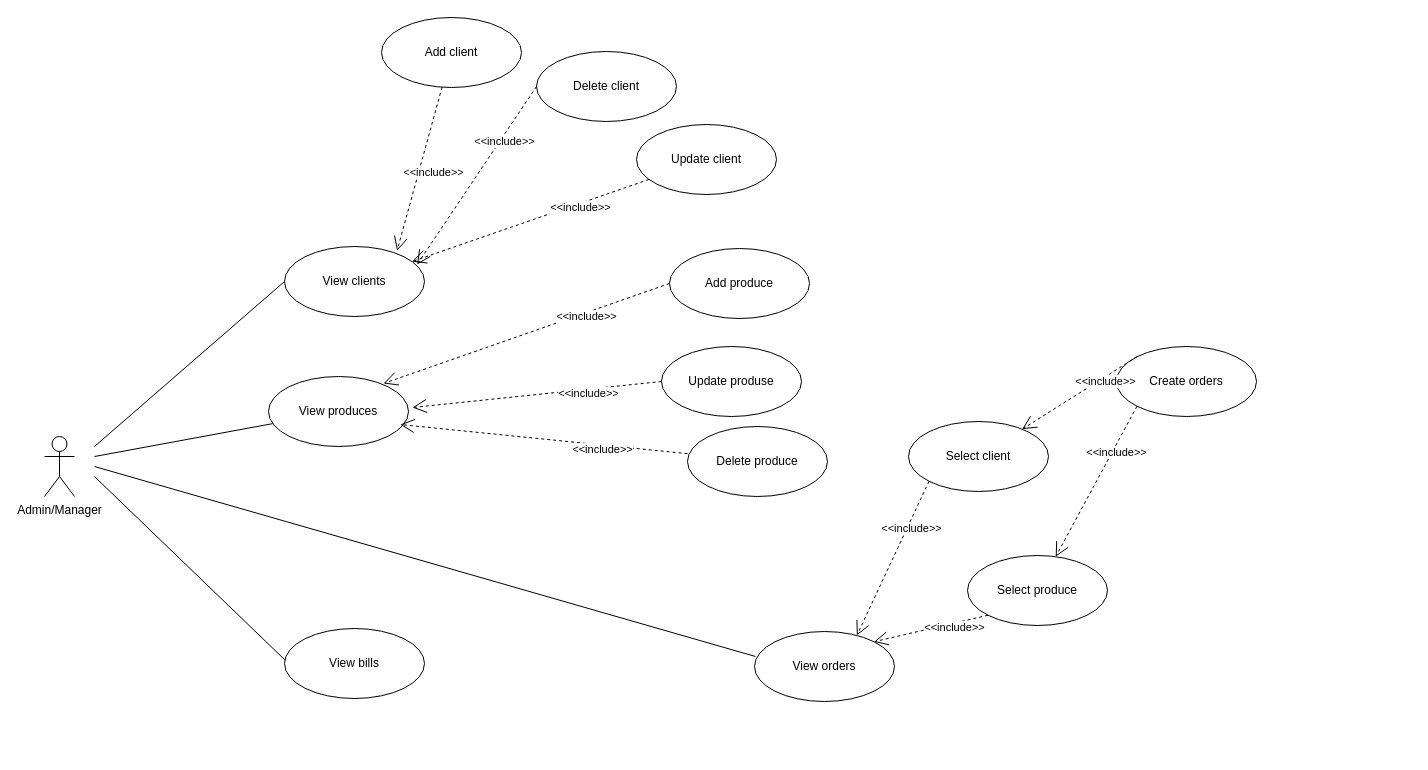
Above: PT2025_302210_Purcel_Laura_Assignment_3/UseCaseDiagram.drawio in LauraPurcel/Queue-Management (draw.io), before the change. Source tidied: cells renumbered, new cells numbered last; positions are measured from the earlier drawing's top-left corner, leaving out a move shared by most shapes. Both pictures are drawn from the tidied source at 100%, with x=0, y=0 at pixel (44, 17).
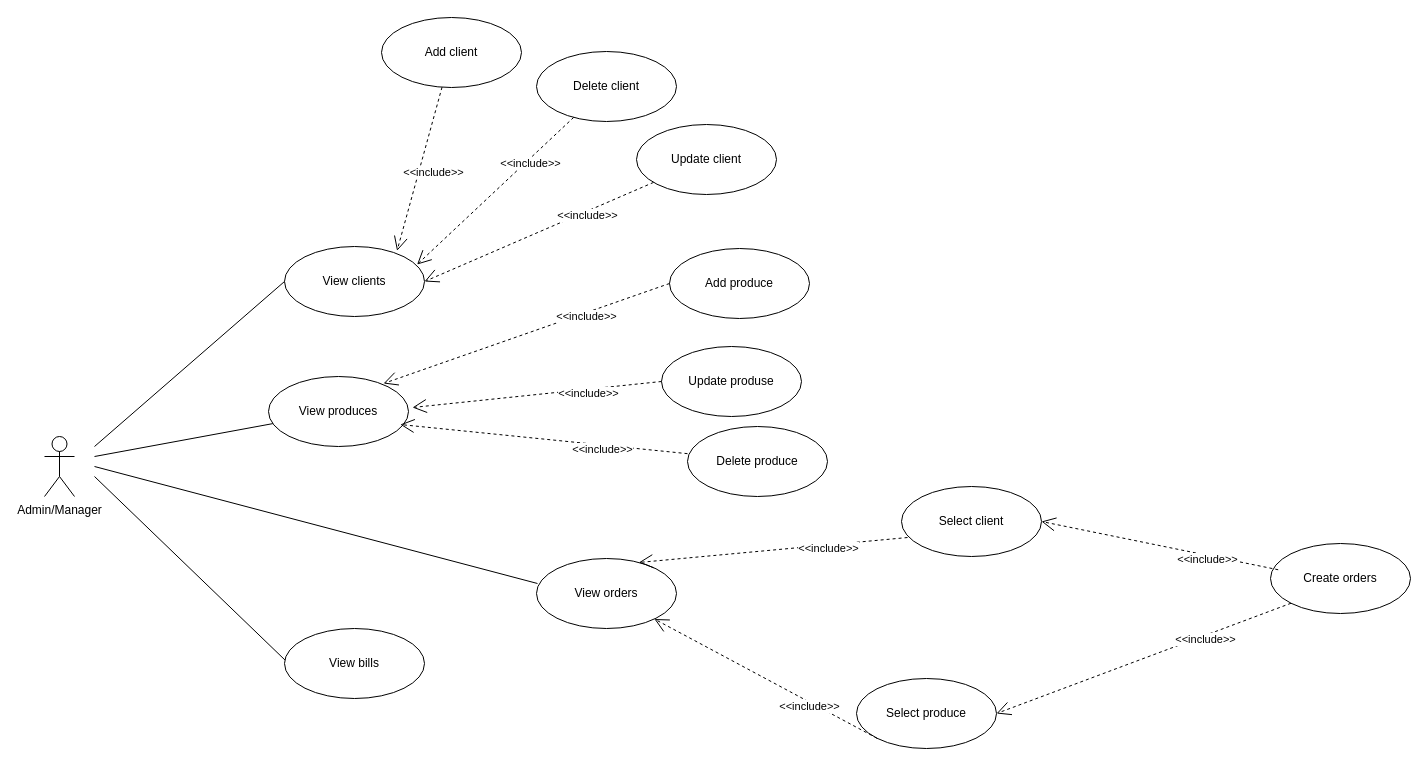
Above is the later version.

Unchanged cells that the change refers to:
```xml
<mxCell id="4" value="View clients" style="ellipse;whiteSpace=wrap;html=1;" parent="1" vertex="1">
  <mxGeometry x="240" y="229" width="140" height="70" as="geometry" />
</mxCell>
<mxCell id="7" value="Delete client" style="ellipse;whiteSpace=wrap;html=1;" parent="1" vertex="1">
  <mxGeometry x="492" y="34" width="140" height="70" as="geometry" />
</mxCell>
<mxCell id="16" value="Update client" style="ellipse;whiteSpace=wrap;html=1;" parent="1" vertex="1">
  <mxGeometry x="592" y="107" width="140" height="70" as="geometry" />
</mxCell>
```

Change to the diagram source:
```diff
@@
     <mxCell id="3" value="View orders" style="ellipse;whiteSpace=wrap;html=1;" parent="1" vertex="1">
-      <mxGeometry x="710" y="614" width="140" height="70" as="geometry" />
+      <mxGeometry x="492" y="541" width="140" height="70" as="geometry" />
     </mxCell>
@@
     <mxCell id="8" value="Select client" style="ellipse;whiteSpace=wrap;html=1;" parent="1" vertex="1">
-      <mxGeometry x="864" y="404" width="140" height="70" as="geometry" />
+      <mxGeometry x="857" y="469" width="140" height="70" as="geometry" />
     </mxCell>
@@
-    <mxCell id="14" value="&amp;lt;&amp;lt;include&amp;gt;&amp;gt;" style="endArrow=open;endSize=12;dashed=1;html=1;rounded=0;entryX=0.947;entryY=0.258;entryDx=0;entryDy=0;exitX=0;exitY=0.5;exitDx=0;exitDy=0;entryPerimeter=0;" parent="1" edge="1" source="7" target="4">
+    <mxCell id="14" value="&amp;lt;&amp;lt;include&amp;gt;&amp;gt;" style="endArrow=open;endSize=12;dashed=1;html=1;rounded=0;entryX=0.947;entryY=0.258;entryDx=0;entryDy=0;entryPerimeter=0;" parent="1" edge="1" source="7" target="4">
       <mxGeometry x="-0.41" y="4" relative="1" as="geometry" />
     </mxCell>
@@
-    <mxCell id="17" value="&amp;lt;&amp;lt;include&amp;gt;&amp;gt;" style="endArrow=open;endSize=12;dashed=1;html=1;rounded=0;" parent="1" edge="1" source="16" target="4">
+    <mxCell id="17" value="&amp;lt;&amp;lt;include&amp;gt;&amp;gt;" style="endArrow=open;endSize=12;dashed=1;html=1;rounded=0;entryX=1;entryY=0.5;entryDx=0;entryDy=0;" parent="1" edge="1" source="16" target="4">
       <mxGeometry x="-0.41" y="4" relative="1" as="geometry" />
     </mxCell>
@@
     <mxCell id="23" value="Select produce" style="ellipse;whiteSpace=wrap;html=1;" parent="1" vertex="1">
-      <mxGeometry x="923" y="538" width="140" height="70" as="geometry" />
+      <mxGeometry x="812" y="661" width="140" height="70" as="geometry" />
     </mxCell>
-    <mxCell id="24" value="&amp;lt;&amp;lt;include&amp;gt;&amp;gt;" style="endArrow=open;endSize=12;dashed=1;html=1;rounded=0;entryX=1;entryY=0;entryDx=0;entryDy=0;exitX=0;exitY=1;exitDx=0;exitDy=0;" parent="1" edge="1" source="23" target="3">
+    <mxCell id="24" value="&amp;lt;&amp;lt;include&amp;gt;&amp;gt;" style="endArrow=open;endSize=12;dashed=1;html=1;rounded=0;exitX=0;exitY=1;exitDx=0;exitDy=0;" parent="1" edge="1" source="23" target="3">
       <mxGeometry x="-0.41" y="4" relative="1" as="geometry" />
     </mxCell>
     <mxCell id="25" value="Create orders" style="ellipse;whiteSpace=wrap;html=1;" parent="1" vertex="1">
-      <mxGeometry x="1072" y="329" width="140" height="70" as="geometry" />
+      <mxGeometry x="1226" y="526" width="140" height="70" as="geometry" />
     </mxCell>
-    <mxCell id="26" value="&amp;lt;&amp;lt;include&amp;gt;&amp;gt;" style="endArrow=open;endSize=12;dashed=1;html=1;rounded=0;exitX=0;exitY=0;exitDx=0;exitDy=0;" parent="1" edge="1" source="25" target="8">
-      <mxGeometry x="-0.41" y="4" relative="1" as="geometry" />
-    </mxCell>
-    <mxCell id="27" value="&amp;lt;&amp;lt;include&amp;gt;&amp;gt;" style="endArrow=open;endSize=12;dashed=1;html=1;rounded=0;exitX=0;exitY=1;exitDx=0;exitDy=0;" parent="1" edge="1" source="25" target="23">
+    <mxCell id="27" value="&amp;lt;&amp;lt;include&amp;gt;&amp;gt;" style="endArrow=open;endSize=12;dashed=1;html=1;rounded=0;exitX=0;exitY=1;exitDx=0;exitDy=0;entryX=1;entryY=0.5;entryDx=0;entryDy=0;" parent="1" edge="1" source="25" target="23">
       <mxGeometry x="-0.41" y="4" relative="1" as="geometry" />
     </mxCell>
-    <mxCell id="28" value="&amp;lt;&amp;lt;include&amp;gt;&amp;gt;" style="endArrow=open;endSize=12;dashed=1;html=1;rounded=0;entryX=0.731;entryY=0.057;entryDx=0;entryDy=0;exitX=0;exitY=1;exitDx=0;exitDy=0;entryPerimeter=0;" parent="1" edge="1" source="8" target="3">
+    <mxCell id="28" value="&amp;lt;&amp;lt;include&amp;gt;&amp;gt;" style="endArrow=open;endSize=12;dashed=1;html=1;rounded=0;entryX=0.731;entryY=0.057;entryDx=0;entryDy=0;exitX=0.043;exitY=0.729;exitDx=0;exitDy=0;entryPerimeter=0;exitPerimeter=0;" parent="1" edge="1" source="8" target="3">
       <mxGeometry x="-0.41" y="4" relative="1" as="geometry" />
     </mxCell>
@@
+    <mxCell id="26" value="&amp;lt;&amp;lt;include&amp;gt;&amp;gt;" style="endArrow=open;endSize=12;dashed=1;html=1;rounded=0;entryX=1;entryY=0.5;entryDx=0;entryDy=0;exitX=0.055;exitY=0.375;exitDx=0;exitDy=0;exitPerimeter=0;" parent="1" edge="1" source="25" target="8">
+      <mxGeometry x="-0.41" y="4" relative="1" as="geometry" />
+    </mxCell>
```
